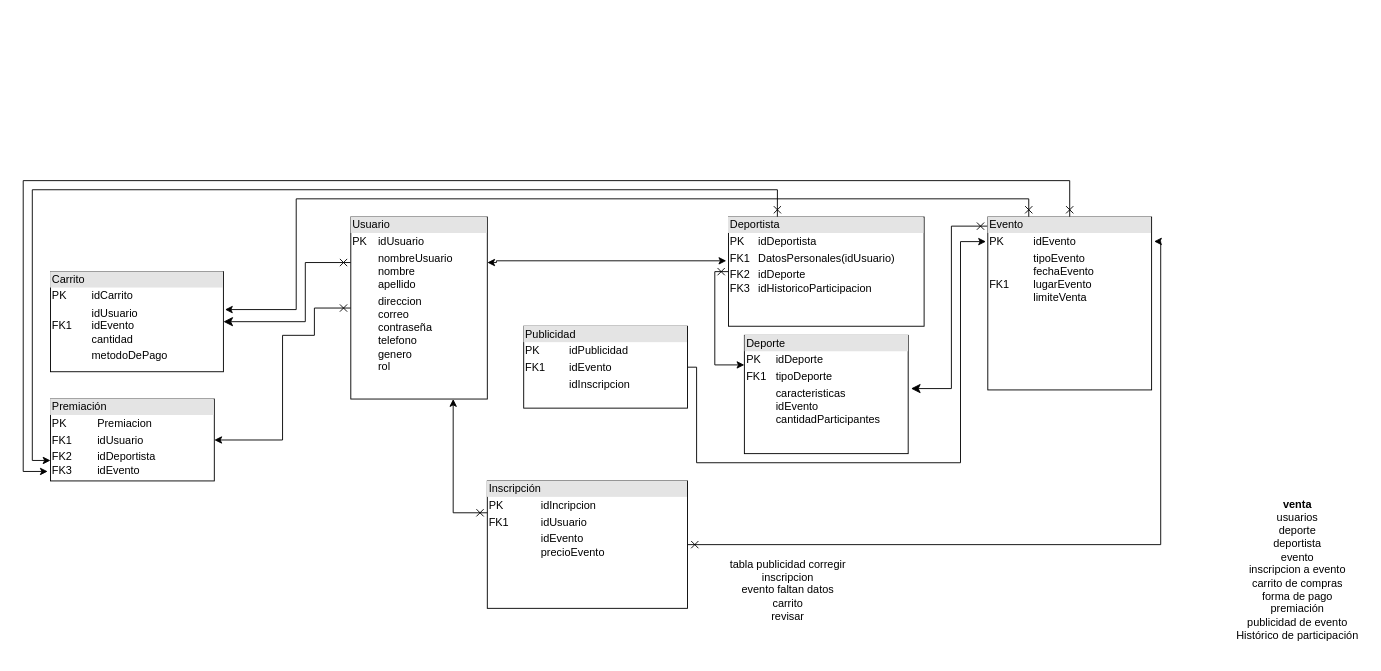
Earlier version of the draw.io diagram dataBase.drawio (cxrdonx/webApplication). Source tidied: cells renumbered, new cells numbered last; positions are measured from the earlier drawing's top-left corner, leaving out a move shared by most shapes. Both pictures are drawn from the tidied source at 91%, with x=0, y=0 at pixel (23, 180).
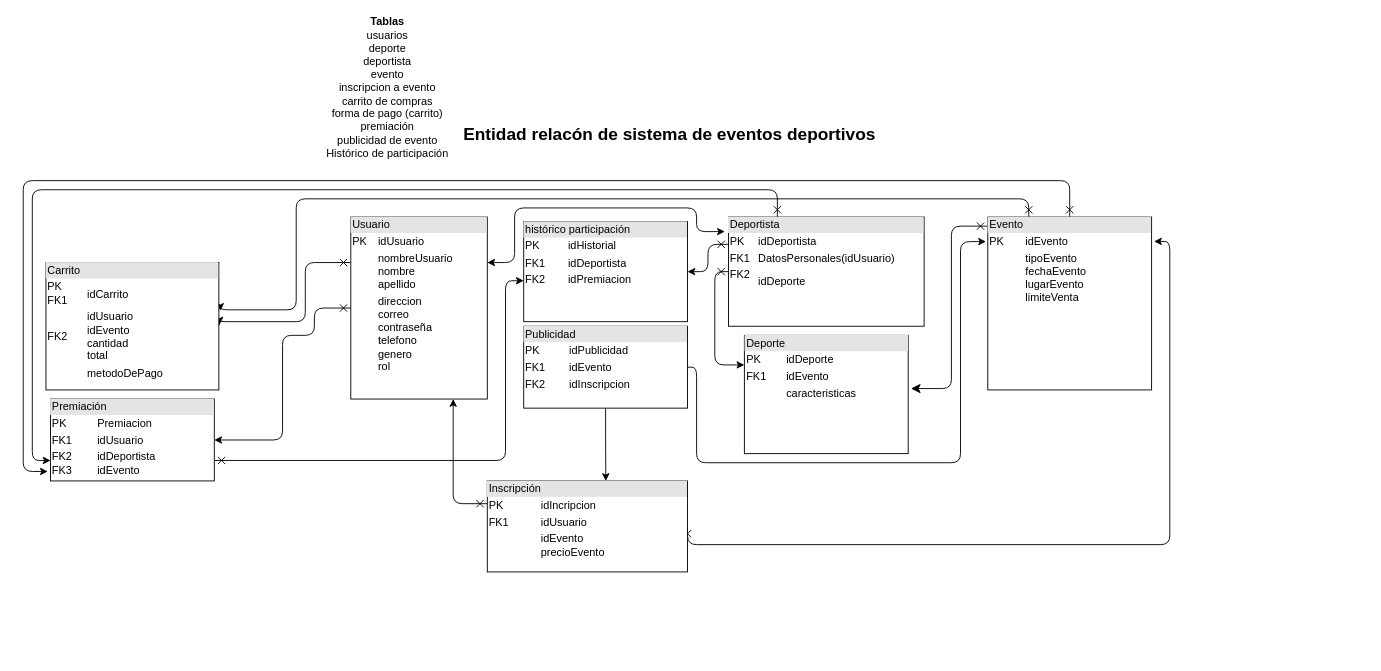
The same diagram, later.

Unchanged cells that the change refers to:
```xml
<mxCell id="6" value="&lt;div style=&quot;box-sizing: border-box ; width: 100% ; background: #e4e4e4 ; padding: 2px&quot;&gt;Usuario&lt;br&gt;&lt;/div&gt;&lt;table style=&quot;width: 100% ; font-size: 1em&quot; cellspacing=&quot;0&quot; cellpadding=&quot;2&quot;&gt;&lt;tbody&gt;&lt;tr&gt;&lt;td&gt;PK&lt;/td&gt;&lt;td&gt;idUsuario&lt;br&gt;&lt;/td&gt;&lt;/tr&gt;&lt;tr&gt;&lt;td&gt;&lt;br&gt;&lt;/td&gt;&lt;td&gt;nombreUsuario&lt;br&gt;nombre&lt;br&gt;apellido&lt;br&gt;&lt;/td&gt;&lt;/tr&gt;&lt;tr&gt;&lt;td&gt;&lt;br&gt;&lt;/td&gt;&lt;td&gt;direccion&lt;br&gt;correo&lt;br&gt;contraseña&lt;br&gt;telefono&lt;br&gt;genero&lt;br&gt;rol&lt;br&gt;&lt;br&gt;&lt;/td&gt;&lt;/tr&gt;&lt;/tbody&gt;&lt;/table&gt;" style="verticalAlign=top;align=left;overflow=fill;html=1;" parent="1" vertex="1">
  <mxGeometry x="360" y="40" width="150" height="200" as="geometry" />
</mxCell>
<mxCell id="19" value="&lt;div style=&quot;box-sizing: border-box ; width: 100% ; background: #e4e4e4 ; padding: 2px&quot;&gt;Premiación&lt;br&gt;&lt;/div&gt;&lt;table style=&quot;width: 100% ; font-size: 1em&quot; cellspacing=&quot;0&quot; cellpadding=&quot;2&quot;&gt;&lt;tbody&gt;&lt;tr&gt;&lt;td&gt;PK&lt;/td&gt;&lt;td&gt;Premiacion&lt;br&gt;&lt;/td&gt;&lt;/tr&gt;&lt;tr&gt;&lt;td&gt;FK1&lt;/td&gt;&lt;td&gt;idUsuario&lt;br&gt;&lt;/td&gt;&lt;/tr&gt;&lt;tr&gt;&lt;td&gt;FK2&lt;br&gt;FK3&lt;br&gt;&lt;/td&gt;&lt;td&gt;idDeportista&lt;br&gt;idEvento&lt;br&gt;&lt;/td&gt;&lt;/tr&gt;&lt;/tbody&gt;&lt;/table&gt;" style="verticalAlign=top;align=left;overflow=fill;html=1;" parent="1" vertex="1">
  <mxGeometry x="30" y="240" width="180" height="90" as="geometry" />
</mxCell>
```

Diff of the diagram source:
```diff
@@
-    <mxCell id="2" value="&lt;div&gt;&lt;b&gt;venta&lt;/b&gt;&lt;/div&gt;&lt;div&gt;usuarios&lt;/div&gt;&lt;div&gt;deporte&lt;/div&gt;&lt;div&gt;deportista&lt;/div&gt;&lt;div&gt;evento&lt;/div&gt;&lt;div&gt;inscripcion a evento&lt;/div&gt;&lt;div&gt;carrito de compras&lt;br&gt;&lt;/div&gt;&lt;div&gt;forma de pago&lt;/div&gt;&lt;div&gt;premiación&lt;/div&gt;&lt;div&gt;publicidad de evento&lt;/div&gt;&lt;div&gt;Histórico de participación&lt;/div&gt;&lt;div&gt;&lt;br&gt;&lt;/div&gt;" style="text;html=1;align=center;verticalAlign=middle;" parent="1" vertex="1">
-      <mxGeometry x="1325" y="350" width="150" height="170" as="geometry" />
+    <mxCell id="2" value="&lt;b&gt;Tablas&lt;/b&gt;&lt;div&gt;usuarios&lt;/div&gt;&lt;div&gt;deporte&lt;/div&gt;&lt;div&gt;deportista&lt;/div&gt;&lt;div&gt;evento&lt;/div&gt;&lt;div&gt;inscripcion a evento&lt;/div&gt;&lt;div&gt;carrito de compras&lt;br&gt;&lt;/div&gt;&lt;div&gt;forma de pago (carrito)&lt;br&gt;&lt;/div&gt;&lt;div&gt;premiación&lt;/div&gt;&lt;div&gt;publicidad de evento&lt;/div&gt;&lt;div&gt;Histórico de participación&lt;/div&gt;&lt;div&gt;&lt;br&gt;&lt;/div&gt;" style="text;html=1;align=center;verticalAlign=middle;" parent="1" vertex="1">
+      <mxGeometry x="325" y="-180" width="150" height="170" as="geometry" />
     </mxCell>
-    <mxCell id="3" style="edgeStyle=orthogonalEdgeStyle;rounded=0;jettySize=auto;html=1;exitX=0;exitY=0.25;exitDx=0;exitDy=0;startArrow=cross;startFill=0;startSize=6;endSize=8;entryX=1;entryY=0.5;entryDx=0;entryDy=0;" parent="1" edge="1" source="6" target="18">
+    <mxCell id="3" style="edgeStyle=orthogonalEdgeStyle;jettySize=auto;html=1;exitX=0;exitY=0.25;exitDx=0;exitDy=0;startArrow=cross;startFill=0;startSize=6;endSize=8;entryX=1;entryY=0.5;entryDx=0;entryDy=0;" parent="1" edge="1" source="6" target="18">
       <mxGeometry relative="1" as="geometry">
         <Array as="points">
           <mxPoint x="310" y="90" />
           <mxPoint x="310" y="155" />
         </Array>
       </mxGeometry>
     </mxCell>
-    <mxCell id="4" style="edgeStyle=orthogonalEdgeStyle;rounded=0;jettySize=auto;html=1;exitX=0;exitY=0.5;exitDx=0;exitDy=0;entryX=1;entryY=0.5;entryDx=0;entryDy=0;startArrow=cross;startFill=0;" parent="1" edge="1" source="6" target="19">
+    <mxCell id="4" style="edgeStyle=orthogonalEdgeStyle;jettySize=auto;html=1;exitX=0;exitY=0.5;exitDx=0;exitDy=0;entryX=1;entryY=0.5;entryDx=0;entryDy=0;startArrow=cross;startFill=0;" parent="1" edge="1" source="6" target="19">
       <mxGeometry relative="1" as="geometry">
         <Array as="points">
           <mxPoint x="320" y="140" />
           <mxPoint x="320" y="170" />
           <mxPoint x="285" y="170" />
           <mxPoint x="285" y="285" />
         </Array>
       </mxGeometry>
     </mxCell>
-    <mxCell id="5" style="edgeStyle=orthogonalEdgeStyle;rounded=0;jettySize=auto;html=1;exitX=1;exitY=0.25;exitDx=0;exitDy=0;entryX=-0.011;entryY=0.401;entryDx=0;entryDy=0;entryPerimeter=0;startArrow=classic;startFill=1;" parent="1" edge="1" source="6" target="14">
+    <mxCell id="5" style="edgeStyle=orthogonalEdgeStyle;jettySize=auto;html=1;exitX=1;exitY=0.25;exitDx=0;exitDy=0;startArrow=classic;startFill=1;" parent="1" edge="1" source="6">
       <mxGeometry relative="1" as="geometry">
+        <mxPoint x="771" y="56" as="targetPoint" />
         <Array as="points">
-          <mxPoint x="520" y="90" />
-          <mxPoint x="520" y="88" />
+          <mxPoint x="540" y="90" />
+          <mxPoint x="540" y="30" />
+          <mxPoint x="740" y="30" />
+          <mxPoint x="740" y="56" />
         </Array>
       </mxGeometry>
     </mxCell>
@@
-    <mxCell id="7" value="&lt;div style=&quot;box-sizing: border-box ; width: 100% ; background: #e4e4e4 ; padding: 2px&quot;&gt;Deporte&lt;br&gt;&lt;/div&gt;&lt;table style=&quot;width: 100% ; font-size: 1em&quot; cellspacing=&quot;0&quot; cellpadding=&quot;2&quot;&gt;&lt;tbody&gt;&lt;tr&gt;&lt;td&gt;PK&lt;/td&gt;&lt;td&gt;idDeporte&lt;br&gt;&lt;/td&gt;&lt;/tr&gt;&lt;tr&gt;&lt;td&gt;FK1&lt;/td&gt;&lt;td&gt;tipoDeporte&lt;br&gt;&lt;/td&gt;&lt;/tr&gt;&lt;tr&gt;&lt;td&gt;&lt;br&gt;&lt;/td&gt;&lt;td&gt;caracteristicas&lt;br&gt;idEvento&lt;br&gt;cantidadParticipantes&lt;br&gt;&lt;br&gt;&lt;/td&gt;&lt;/tr&gt;&lt;/tbody&gt;&lt;/table&gt;" style="verticalAlign=top;align=left;overflow=fill;html=1;" parent="1" vertex="1">
+    <mxCell id="7" value="&lt;div style=&quot;box-sizing: border-box ; width: 100% ; background: #e4e4e4 ; padding: 2px&quot;&gt;Deporte&lt;br&gt;&lt;/div&gt;&lt;table style=&quot;width: 100% ; font-size: 1em&quot; cellspacing=&quot;0&quot; cellpadding=&quot;2&quot;&gt;&lt;tbody&gt;&lt;tr&gt;&lt;td&gt;PK&lt;/td&gt;&lt;td&gt;idDeporte&lt;br&gt;&lt;/td&gt;&lt;/tr&gt;&lt;tr&gt;&lt;td&gt;FK1&lt;br&gt;&lt;/td&gt;&lt;td&gt;idEvento&lt;/td&gt;&lt;/tr&gt;&lt;tr&gt;&lt;td&gt;&lt;br&gt;&lt;/td&gt;&lt;td&gt;caracteristicas&lt;br&gt;&lt;br&gt;&lt;/td&gt;&lt;/tr&gt;&lt;/tbody&gt;&lt;/table&gt;" style="verticalAlign=top;align=left;overflow=fill;html=1;" parent="1" vertex="1">
       <mxGeometry x="792.5" y="170" width="180" height="130" as="geometry" />
     </mxCell>
-    <mxCell id="8" style="edgeStyle=orthogonalEdgeStyle;rounded=0;jettySize=auto;html=1;startArrow=cross;startFill=0;startSize=6;endSize=8;entryX=1.017;entryY=0.45;entryDx=0;entryDy=0;entryPerimeter=0;" parent="1" edge="1" source="11" target="7">
+    <mxCell id="8" style="edgeStyle=orthogonalEdgeStyle;jettySize=auto;html=1;startArrow=cross;startFill=0;startSize=6;endSize=8;entryX=1.017;entryY=0.45;entryDx=0;entryDy=0;entryPerimeter=0;" parent="1" edge="1" source="11" target="7">
       <mxGeometry relative="1" as="geometry">
         <Array as="points">
           <mxPoint x="1020" y="50" />
           <mxPoint x="1020" y="229" />
         </Array>
       </mxGeometry>
     </mxCell>
-    <mxCell id="9" style="edgeStyle=orthogonalEdgeStyle;rounded=0;jettySize=auto;html=1;exitX=0.25;exitY=0;exitDx=0;exitDy=0;startArrow=cross;startFill=0;entryX=1.009;entryY=0.379;entryDx=0;entryDy=0;entryPerimeter=0;" parent="1" edge="1" source="11" target="18">
+    <mxCell id="9" style="edgeStyle=orthogonalEdgeStyle;jettySize=auto;html=1;exitX=0.25;exitY=0;exitDx=0;exitDy=0;startArrow=cross;startFill=0;entryX=1.009;entryY=0.379;entryDx=0;entryDy=0;entryPerimeter=0;" parent="1" edge="1" source="11" target="18">
       <mxGeometry relative="1" as="geometry">
         <Array as="points">
           <mxPoint x="1105" y="20" />
           <mxPoint x="300" y="20" />
           <mxPoint x="300" y="142" />
         </Array>
       </mxGeometry>
     </mxCell>
-    <mxCell id="10" style="edgeStyle=orthogonalEdgeStyle;rounded=0;jettySize=auto;html=1;exitX=0.5;exitY=0;exitDx=0;exitDy=0;startArrow=cross;startFill=0;entryX=-0.017;entryY=0.884;entryDx=0;entryDy=0;entryPerimeter=0;" parent="1" edge="1" source="11" target="19">
+    <mxCell id="10" style="edgeStyle=orthogonalEdgeStyle;jettySize=auto;html=1;exitX=0.5;exitY=0;exitDx=0;exitDy=0;startArrow=cross;startFill=0;entryX=-0.017;entryY=0.884;entryDx=0;entryDy=0;entryPerimeter=0;" parent="1" edge="1" source="11" target="19">
       <mxGeometry relative="1" as="geometry">
         <Array as="points">
           <mxPoint x="1150" />
           <mxPoint />
           <mxPoint y="320" />
         </Array>
       </mxGeometry>
     </mxCell>
-    <mxCell id="11" value="&lt;div style=&quot;box-sizing: border-box ; width: 100% ; background: #e4e4e4 ; padding: 2px&quot;&gt;Evento&lt;br&gt;&lt;/div&gt;&lt;table style=&quot;width: 100% ; font-size: 1em&quot; cellspacing=&quot;0&quot; cellpadding=&quot;2&quot;&gt;&lt;tbody&gt;&lt;tr&gt;&lt;td&gt;PK&lt;/td&gt;&lt;td&gt;idEvento&lt;br&gt;&lt;/td&gt;&lt;/tr&gt;&lt;tr&gt;&lt;td&gt;FK1&lt;/td&gt;&lt;td&gt;tipoEvento&lt;br&gt;fechaEvento&lt;br&gt;lugarEvento&lt;br&gt;limiteVenta&lt;br&gt;&lt;br&gt;&lt;/td&gt;&lt;/tr&gt;&lt;tr&gt;&lt;td&gt;&lt;br&gt;&lt;/td&gt;&lt;td&gt;&lt;br&gt;&lt;/td&gt;&lt;/tr&gt;&lt;/tbody&gt;&lt;/table&gt;" style="verticalAlign=top;align=left;overflow=fill;html=1;" parent="1" vertex="1">
+    <mxCell id="11" value="&lt;div style=&quot;box-sizing: border-box ; width: 100% ; background: #e4e4e4 ; padding: 2px&quot;&gt;Evento&lt;br&gt;&lt;/div&gt;&lt;table style=&quot;width: 100% ; font-size: 1em&quot; cellspacing=&quot;0&quot; cellpadding=&quot;2&quot;&gt;&lt;tbody&gt;&lt;tr&gt;&lt;td&gt;PK&lt;/td&gt;&lt;td&gt;idEvento&lt;br&gt;&lt;/td&gt;&lt;/tr&gt;&lt;tr&gt;&lt;td&gt;&lt;br&gt;&lt;/td&gt;&lt;td&gt;tipoEvento&lt;br&gt;fechaEvento&lt;br&gt;lugarEvento&lt;br&gt;limiteVenta&lt;br&gt;&lt;br&gt;&lt;/td&gt;&lt;/tr&gt;&lt;tr&gt;&lt;td&gt;&lt;br&gt;&lt;/td&gt;&lt;td&gt;&lt;br&gt;&lt;/td&gt;&lt;/tr&gt;&lt;/tbody&gt;&lt;/table&gt;" style="verticalAlign=top;align=left;overflow=fill;html=1;" parent="1" vertex="1">
       <mxGeometry x="1060" y="40" width="180" height="190" as="geometry" />
     </mxCell>
-    <mxCell id="12" style="edgeStyle=orthogonalEdgeStyle;rounded=0;jettySize=auto;html=1;exitX=0.25;exitY=0;exitDx=0;exitDy=0;entryX=0;entryY=0.75;entryDx=0;entryDy=0;startArrow=cross;startFill=0;" parent="1" edge="1" source="14" target="19">
+    <mxCell id="12" style="edgeStyle=orthogonalEdgeStyle;jettySize=auto;html=1;exitX=0.25;exitY=0;exitDx=0;exitDy=0;entryX=0;entryY=0.75;entryDx=0;entryDy=0;startArrow=cross;startFill=0;" parent="1" edge="1" source="14" target="19">
       <mxGeometry relative="1" as="geometry">
         <Array as="points">
           <mxPoint x="829" y="10" />
           <mxPoint x="10" y="10" />
           <mxPoint x="10" y="308" />
         </Array>
       </mxGeometry>
     </mxCell>
-    <mxCell id="13" style="edgeStyle=orthogonalEdgeStyle;rounded=0;jettySize=auto;html=1;exitX=0;exitY=0.5;exitDx=0;exitDy=0;entryX=0;entryY=0.25;entryDx=0;entryDy=0;startArrow=cross;startFill=0;" parent="1" edge="1" source="14" target="7">
+    <mxCell id="13" style="edgeStyle=orthogonalEdgeStyle;jettySize=auto;html=1;exitX=0;exitY=0.5;exitDx=0;exitDy=0;entryX=0;entryY=0.25;entryDx=0;entryDy=0;startArrow=cross;startFill=0;" parent="1" edge="1" source="14" target="7">
       <mxGeometry relative="1" as="geometry">
         <Array as="points">
           <mxPoint x="760" y="100" />
           <mxPoint x="760" y="203" />
         </Array>
       </mxGeometry>
     </mxCell>
+    <mxCell id="23" style="edgeStyle=orthogonalEdgeStyle;curved=0;rounded=1;sketch=0;jettySize=auto;html=1;exitX=0;exitY=0.25;exitDx=0;exitDy=0;entryX=1;entryY=0.5;entryDx=0;entryDy=0;startArrow=cross;startFill=0;" parent="1" edge="1" source="14" target="26">
+      <mxGeometry relative="1" as="geometry" />
+    </mxCell>
-    <mxCell id="14" value="&lt;div style=&quot;box-sizing: border-box ; width: 100% ; background: #e4e4e4 ; padding: 2px&quot;&gt;Deportista&lt;br&gt;&lt;/div&gt;&lt;table style=&quot;width: 100% ; font-size: 1em&quot; cellspacing=&quot;0&quot; cellpadding=&quot;2&quot;&gt;&lt;tbody&gt;&lt;tr&gt;&lt;td&gt;PK&lt;/td&gt;&lt;td&gt;idDeportista&lt;br&gt;&lt;/td&gt;&lt;/tr&gt;&lt;tr&gt;&lt;td&gt;FK1&lt;/td&gt;&lt;td&gt;DatosPersonales(idUsuario)&lt;br&gt;&lt;/td&gt;&lt;/tr&gt;&lt;tr&gt;&lt;td&gt;FK2&lt;br&gt;FK3 &lt;br&gt;&lt;/td&gt;&lt;td&gt;idDeporte&lt;br&gt;idHistoricoParticipacion&lt;br&gt;&lt;/td&gt;&lt;/tr&gt;&lt;/tbody&gt;&lt;/table&gt;" style="verticalAlign=top;align=left;overflow=fill;html=1;" parent="1" vertex="1">
+    <mxCell id="14" value="&lt;div style=&quot;box-sizing: border-box ; width: 100% ; background: #e4e4e4 ; padding: 2px&quot;&gt;Deportista&lt;br&gt;&lt;/div&gt;&lt;table style=&quot;width: 100% ; font-size: 1em&quot; cellspacing=&quot;0&quot; cellpadding=&quot;2&quot;&gt;&lt;tbody&gt;&lt;tr&gt;&lt;td&gt;PK&lt;/td&gt;&lt;td&gt;idDeportista&lt;br&gt;&lt;/td&gt;&lt;/tr&gt;&lt;tr&gt;&lt;td&gt;FK1&lt;/td&gt;&lt;td&gt;DatosPersonales(idUsuario)&lt;br&gt;&lt;/td&gt;&lt;/tr&gt;&lt;tr&gt;&lt;td&gt;FK2&lt;br&gt;&lt;br&gt;&lt;/td&gt;&lt;td&gt;idDeporte&lt;br&gt;&lt;/td&gt;&lt;/tr&gt;&lt;/tbody&gt;&lt;/table&gt;" style="verticalAlign=top;align=left;overflow=fill;html=1;" parent="1" vertex="1">
       <mxGeometry x="775" y="40" width="215" height="120" as="geometry" />
     </mxCell>
-    <mxCell id="15" style="edgeStyle=orthogonalEdgeStyle;rounded=0;jettySize=auto;html=1;exitX=1;exitY=0.5;exitDx=0;exitDy=0;entryX=1.015;entryY=0.141;entryDx=0;entryDy=0;entryPerimeter=0;startArrow=cross;startFill=0;" parent="1" edge="1" source="17" target="11">
+    <mxCell id="15" style="edgeStyle=orthogonalEdgeStyle;jettySize=auto;html=1;exitX=1;exitY=0.5;exitDx=0;exitDy=0;entryX=1.015;entryY=0.141;entryDx=0;entryDy=0;entryPerimeter=0;startArrow=cross;startFill=0;" parent="1" edge="1" source="17" target="11">
       <mxGeometry relative="1" as="geometry">
         <Array as="points">
-          <mxPoint x="1250" y="400" />
-          <mxPoint x="1250" y="67" />
+          <mxPoint x="1260" y="400" />
+          <mxPoint x="1260" y="67" />
         </Array>
       </mxGeometry>
     </mxCell>
-    <mxCell id="16" style="edgeStyle=orthogonalEdgeStyle;rounded=0;jettySize=auto;html=1;exitX=0;exitY=0.25;exitDx=0;exitDy=0;entryX=0.75;entryY=1;entryDx=0;entryDy=0;startArrow=cross;startFill=0;" parent="1" edge="1" source="17" target="6">
+    <mxCell id="16" style="edgeStyle=orthogonalEdgeStyle;jettySize=auto;html=1;exitX=0;exitY=0.25;exitDx=0;exitDy=0;entryX=0.75;entryY=1;entryDx=0;entryDy=0;startArrow=cross;startFill=0;" parent="1" edge="1" source="17" target="6">
       <mxGeometry relative="1" as="geometry" />
     </mxCell>
     <mxCell id="17" value="&lt;div style=&quot;box-sizing: border-box ; width: 100% ; background: #e4e4e4 ; padding: 2px&quot;&gt;Inscripción&lt;br&gt;&lt;/div&gt;&lt;table style=&quot;width: 100% ; font-size: 1em&quot; cellspacing=&quot;0&quot; cellpadding=&quot;2&quot;&gt;&lt;tbody&gt;&lt;tr&gt;&lt;td&gt;PK&lt;/td&gt;&lt;td&gt;idIncripcion&lt;br&gt;&lt;/td&gt;&lt;/tr&gt;&lt;tr&gt;&lt;td&gt;FK1&lt;/td&gt;&lt;td&gt;idUsuario&lt;br&gt;&lt;/td&gt;&lt;/tr&gt;&lt;tr&gt;&lt;td&gt;&lt;br&gt;&lt;/td&gt;&lt;td&gt;idEvento&lt;br&gt;precioEvento&lt;br&gt;&lt;br&gt;&lt;/td&gt;&lt;/tr&gt;&lt;/tbody&gt;&lt;/table&gt;" style="verticalAlign=top;align=left;overflow=fill;html=1;" parent="1" vertex="1">
-      <mxGeometry x="510" y="330" width="220" height="140" as="geometry" />
+      <mxGeometry x="510" y="330" width="220" height="100" as="geometry" />
     </mxCell>
-    <mxCell id="18" value="&lt;div style=&quot;box-sizing: border-box ; width: 100% ; background: #e4e4e4 ; padding: 2px&quot;&gt;Carrito&lt;br&gt;&lt;/div&gt;&lt;table style=&quot;width: 100% ; font-size: 1em&quot; cellspacing=&quot;0&quot; cellpadding=&quot;2&quot;&gt;&lt;tbody&gt;&lt;tr&gt;&lt;td&gt;PK&lt;/td&gt;&lt;td&gt;idCarrito&lt;br&gt;&lt;/td&gt;&lt;/tr&gt;&lt;tr&gt;&lt;td&gt;FK1&lt;/td&gt;&lt;td&gt;idUsuario&lt;br&gt;idEvento&lt;br&gt;cantidad&lt;br&gt;&lt;/td&gt;&lt;/tr&gt;&lt;tr&gt;&lt;td&gt;&lt;br&gt;&lt;/td&gt;&lt;td&gt;metodoDePago&lt;br&gt;&lt;/td&gt;&lt;/tr&gt;&lt;/tbody&gt;&lt;/table&gt;" style="verticalAlign=top;align=left;overflow=fill;html=1;" parent="1" vertex="1">
-      <mxGeometry x="30" y="100" width="190" height="110" as="geometry" />
+    <mxCell id="18" value="&lt;div style=&quot;box-sizing: border-box ; width: 100% ; background: #e4e4e4 ; padding: 2px&quot;&gt;Carrito&lt;br&gt;&lt;/div&gt;&lt;table style=&quot;width: 100% ; font-size: 1em&quot; cellspacing=&quot;0&quot; cellpadding=&quot;2&quot;&gt;&lt;tbody&gt;&lt;tr&gt;&lt;td&gt;PK&lt;br&gt;FK1&lt;br&gt;&lt;/td&gt;&lt;td&gt;idCarrito&lt;br&gt;&lt;/td&gt;&lt;/tr&gt;&lt;tr&gt;&lt;td&gt;FK2&lt;br&gt;&lt;/td&gt;&lt;td&gt;idUsuario&lt;br&gt;idEvento&lt;br&gt;cantidad&lt;br&gt;total&lt;br&gt;&lt;/td&gt;&lt;/tr&gt;&lt;tr&gt;&lt;td&gt;&lt;br&gt;&lt;/td&gt;&lt;td&gt;metodoDePago&lt;br&gt;&lt;/td&gt;&lt;/tr&gt;&lt;/tbody&gt;&lt;/table&gt;" style="verticalAlign=top;align=left;overflow=fill;html=1;" parent="1" vertex="1">
+      <mxGeometry x="25" y="90" width="190" height="140" as="geometry" />
     </mxCell>
+    <mxCell id="24" style="edgeStyle=orthogonalEdgeStyle;curved=0;rounded=1;sketch=0;jettySize=auto;html=1;exitX=1;exitY=0.75;exitDx=0;exitDy=0;startArrow=cross;startFill=0;" parent="1" edge="1" source="19">
+      <mxGeometry relative="1" as="geometry">
+        <mxPoint x="550" y="110" as="targetPoint" />
+        <Array as="points">
+          <mxPoint x="530" y="308" />
+          <mxPoint x="530" y="110" />
+        </Array>
+      </mxGeometry>
+    </mxCell>
@@
-    <mxCell id="20" style="edgeStyle=orthogonalEdgeStyle;rounded=0;jettySize=auto;html=1;exitX=1;exitY=0.5;exitDx=0;exitDy=0;" parent="1" edge="1" source="21">
+    <mxCell id="20" style="edgeStyle=orthogonalEdgeStyle;jettySize=auto;html=1;exitX=1;exitY=0.5;exitDx=0;exitDy=0;" parent="1" edge="1" source="21">
       <mxGeometry relative="1" as="geometry">
         <mxPoint x="1058" y="67" as="targetPoint" />
         <Array as="points">
           <mxPoint x="740" y="205" />
           <mxPoint x="740" y="310" />
           <mxPoint x="1030" y="310" />
           <mxPoint x="1030" y="67" />
         </Array>
       </mxGeometry>
     </mxCell>
+    <mxCell id="25" style="edgeStyle=orthogonalEdgeStyle;jettySize=auto;html=1;exitX=0.5;exitY=1;exitDx=0;exitDy=0;entryX=0.592;entryY=0;entryDx=0;entryDy=0;entryPerimeter=0;" parent="1" edge="1" source="21" target="17">
+      <mxGeometry relative="1" as="geometry" />
+    </mxCell>
-    <mxCell id="21" value="&lt;div style=&quot;box-sizing: border-box ; width: 100% ; background: #e4e4e4 ; padding: 2px&quot;&gt;Publicidad&lt;br&gt;&lt;/div&gt;&lt;table style=&quot;width: 100% ; font-size: 1em&quot; cellspacing=&quot;0&quot; cellpadding=&quot;2&quot;&gt;&lt;tbody&gt;&lt;tr&gt;&lt;td&gt;PK&lt;/td&gt;&lt;td&gt;idPublicidad&lt;br&gt;&lt;/td&gt;&lt;/tr&gt;&lt;tr&gt;&lt;td&gt;FK1&lt;/td&gt;&lt;td&gt;idEvento&lt;br&gt;&lt;/td&gt;&lt;/tr&gt;&lt;tr&gt;&lt;td&gt;&lt;br&gt;&lt;/td&gt;&lt;td&gt;idInscripcion&lt;br&gt;&lt;/td&gt;&lt;/tr&gt;&lt;/tbody&gt;&lt;/table&gt;" style="verticalAlign=top;align=left;overflow=fill;html=1;" parent="1" vertex="1">
+    <mxCell id="21" value="&lt;div style=&quot;box-sizing: border-box ; width: 100% ; background: #e4e4e4 ; padding: 2px&quot;&gt;Publicidad&lt;br&gt;&lt;/div&gt;&lt;table style=&quot;width: 100% ; font-size: 1em&quot; cellspacing=&quot;0&quot; cellpadding=&quot;2&quot;&gt;&lt;tbody&gt;&lt;tr&gt;&lt;td&gt;PK&lt;/td&gt;&lt;td&gt;idPublicidad&lt;br&gt;&lt;/td&gt;&lt;/tr&gt;&lt;tr&gt;&lt;td&gt;FK1&lt;/td&gt;&lt;td&gt;idEvento&lt;br&gt;&lt;/td&gt;&lt;/tr&gt;&lt;tr&gt;&lt;td&gt;FK2&lt;br&gt;&lt;/td&gt;&lt;td&gt;idInscripcion&lt;br&gt;&lt;/td&gt;&lt;/tr&gt;&lt;/tbody&gt;&lt;/table&gt;" style="verticalAlign=top;align=left;overflow=fill;html=1;" parent="1" vertex="1">
       <mxGeometry x="550" y="160" width="180" height="90" as="geometry" />
     </mxCell>
-    <mxCell id="22" value="&lt;div&gt;tabla publicidad corregir&lt;/div&gt;&lt;div&gt;inscripcion &lt;br&gt;&lt;/div&gt;&lt;div&gt;evento faltan datos&lt;/div&gt;&lt;div&gt;carrito&lt;/div&gt;&lt;div&gt;revisar&lt;br&gt;&lt;/div&gt;" style="text;html=1;align=center;verticalAlign=middle;" parent="1" vertex="1">
-      <mxGeometry x="770" y="410" width="140" height="80" as="geometry" />
-    </mxCell>
+    <mxCell id="26" value="&lt;div style=&quot;box-sizing: border-box ; width: 100% ; background: #e4e4e4 ; padding: 2px&quot;&gt;histórico participación&lt;br&gt;&lt;/div&gt;&lt;table style=&quot;width: 100% ; font-size: 1em&quot; cellspacing=&quot;0&quot; cellpadding=&quot;2&quot;&gt;&lt;tbody&gt;&lt;tr&gt;&lt;td&gt;PK&lt;/td&gt;&lt;td&gt;idHistorial&lt;br&gt;&lt;/td&gt;&lt;/tr&gt;&lt;tr&gt;&lt;td&gt;FK1&lt;br&gt;&lt;/td&gt;&lt;td&gt;idDeportista&lt;br&gt;&lt;/td&gt;&lt;/tr&gt;&lt;tr&gt;&lt;td&gt;FK2&lt;br&gt;&lt;/td&gt;&lt;td&gt;idPremiacion&lt;br&gt;&lt;/td&gt;&lt;/tr&gt;&lt;/tbody&gt;&lt;/table&gt;" style="verticalAlign=top;align=left;overflow=fill;html=1;" parent="1" vertex="1">
+      <mxGeometry x="550" y="45" width="180" height="110" as="geometry" />
+    </mxCell>
+    <mxCell id="27" value="&lt;font style=&quot;font-size: 19px&quot;&gt;&lt;b&gt;Entidad relacón de sistema de eventos deportivos&lt;/b&gt;&lt;/font&gt;" style="text;html=1;align=center;verticalAlign=middle;" parent="1" vertex="1">
+      <mxGeometry x="475" y="-60" width="470" height="20" as="geometry" />
+    </mxCell>
```
